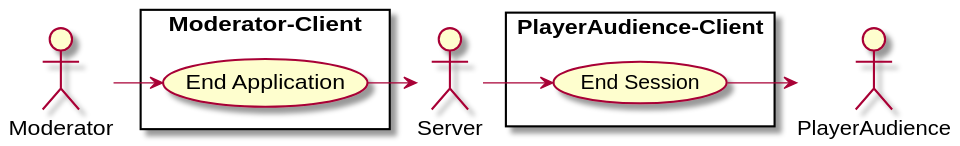
The PlantUML diagram Docs/Technical Specifications/docs/diagrams/use-case-diagrams/moderator-client-c.svg in Brotenko/QualityQuest, before a commit.
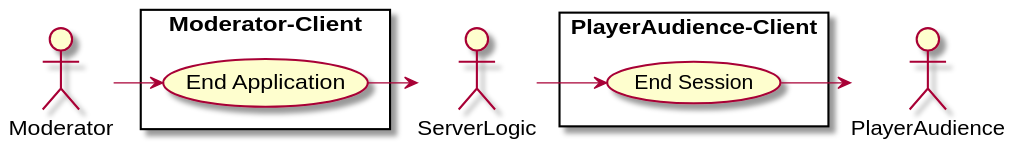
Later version of the same file.

Change to the diagram source:
```diff
@@ -8,7 +8,7 @@
 }
 
 actor "Moderator" as b
-actor "Server" as s
+actor "ServerLogic" as s
 actor "PlayerAudience" as pa
 
 b -right-> endA
```
